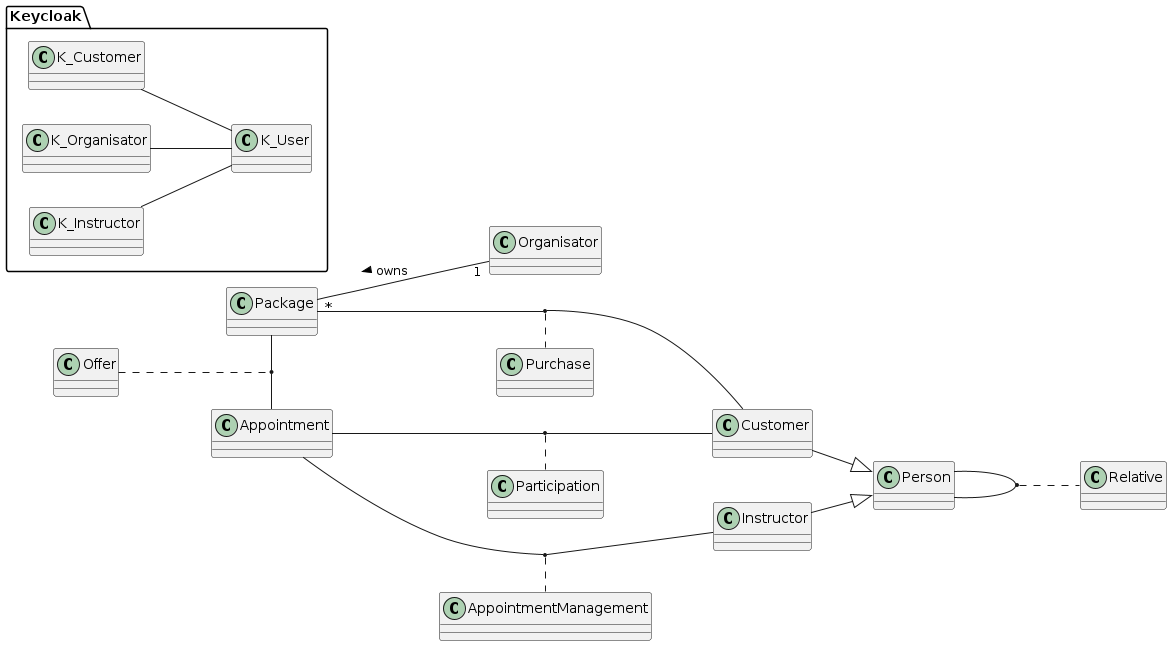
Above: slides/images/svg.png in 2324-4bhif-syp/2324-4bhif-syp-project-kurstermine (PlantUML), before the change. The source it was exported from:
```plantuml
@startuml
left to right direction

class Package {
}

class Appointment {
}

class Customer {
}

class Organisator {
}

class Instructor {
}

class Person {
}

package Keycloak {
    class K_User {
    }

    class K_Customer {
    }

    class K_Organisator {
    }

    class K_Instructor {
    }
}

K_Instructor -- K_User
K_Customer -- K_User
K_Organisator -- K_User

Package -left- Appointment
Package "*"--"1" Organisator: < owns
Instructor --|> Person
Customer --|> Person
Offer .. (Package, Appointment)
(Appointment, Instructor) .. AppointmentManagement
(Appointment, Customer) .. Participation
(Package, Customer) .. Purchase
(Person, Person) .. Relative

@enduml
```
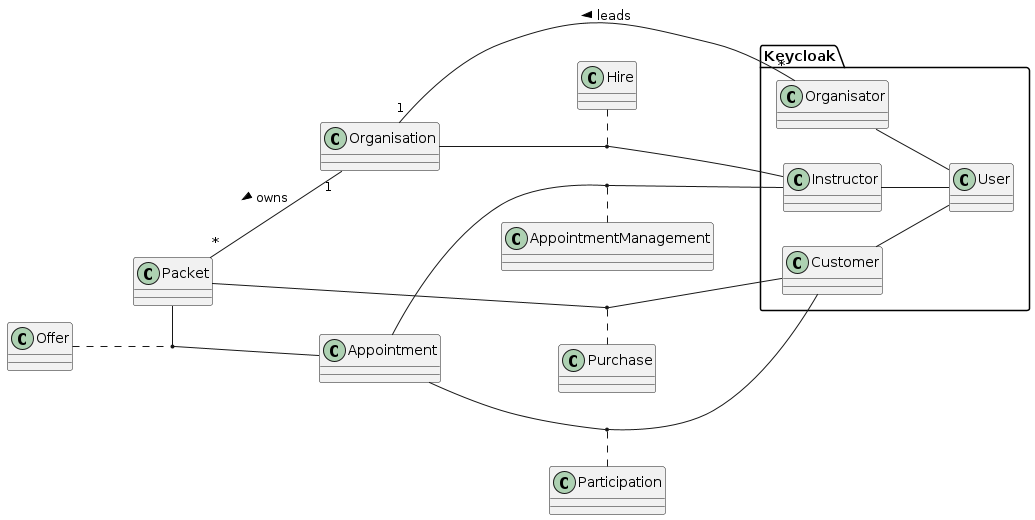
After the commit.

Diff of the diagram source:
```diff
@@ -1,50 +1,30 @@
 @startuml
 left to right direction
 
-class Package {
-}
-
-class Appointment {
-}
-
-class Customer {
-}
-
-class Organisator {
-}
-
-class Instructor {
-}
-
-class Person {
-}
-
 package Keycloak {
-    class K_User {
+    class User {
     }
 
-    class K_Customer {
+    class Customer {
     }
 
-    class K_Organisator {
+    class Organisator {
     }
 
-    class K_Instructor {
+    class Instructor {
     }
 }
 
-K_Instructor -- K_User
-K_Customer -- K_User
-K_Organisator -- K_User
-
-Package -left- Appointment
-Package "*"--"1" Organisator: < owns
-Instructor --|> Person
-Customer --|> Person
-Offer .. (Package, Appointment)
+Packet -left- Appointment
+Packet "*"--"1" Organisation: < owns
+Organisation "1"--"*" Organisator: < leads
+Hire .. (Organisation, Instructor)
+Instructor -- User
+Customer -- User
+Organisator -- User
+Offer .. (Packet, Appointment)
 (Appointment, Instructor) .. AppointmentManagement
 (Appointment, Customer) .. Participation
-(Package, Customer) .. Purchase
-(Person, Person) .. Relative
+(Packet, Customer) .. Purchase
 
 @enduml
```
